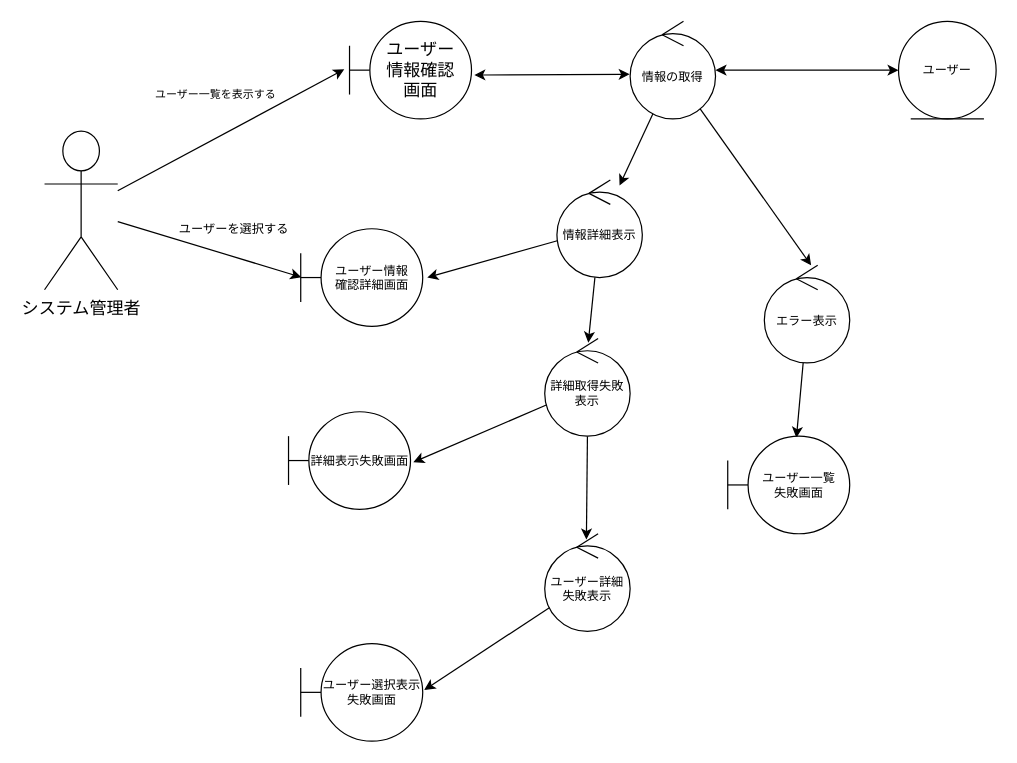
This is page "ユーザー登録情報確認" (4 of 8) of out/ロバストネス図/システム管理者-ロバストネス図.drawio from ksw2270227/GroupF, a draw.io file, before an edit. Source tidied: cells renumbered, new cells numbered last; positions are measured from the earlier drawing's top-left corner, leaving out a move shared by most shapes. Both pictures are drawn from the tidied source at 122%, with x=0, y=0 at pixel (44, 21).
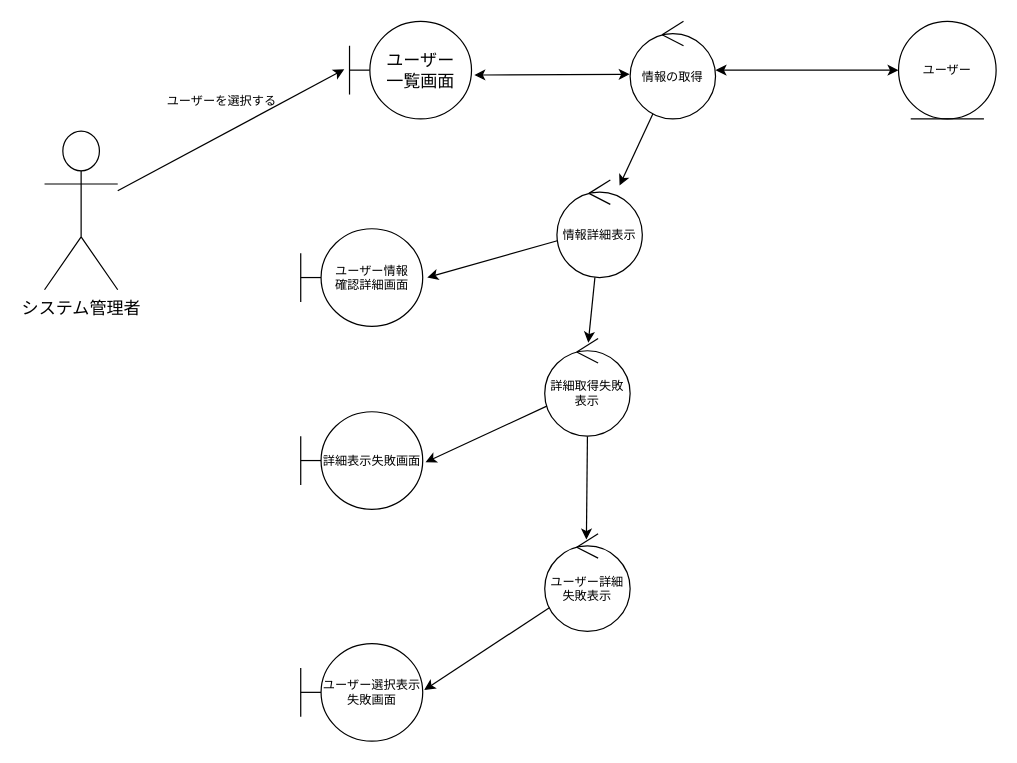
The same diagram, later.

Unchanged cells that the change refers to:
```xml
<mxCell id="4" value="システム管理者" style="shape=umlActor;verticalLabelPosition=bottom;verticalAlign=top;html=1;outlineConnect=0;fontSize=14;" parent="1" vertex="1">
  <mxGeometry y="90" width="60" height="130" as="geometry" />
</mxCell>
<mxCell id="8" value="情報の取得" style="ellipse;shape=umlControl;whiteSpace=wrap;html=1;fontSize=10;" parent="1" vertex="1">
  <mxGeometry x="480" width="70" height="80" as="geometry" />
</mxCell>
<mxCell id="15" value="ユーザー情報&lt;br&gt;確認詳細画面" style="shape=umlBoundary;whiteSpace=wrap;html=1;fontSize=10;" parent="1" vertex="1">
  <mxGeometry x="210" y="170" width="100" height="80" as="geometry" />
</mxCell>
```

Diff of the diagram source:
```diff
@@
-    <mxCell id="3" style="edgeStyle=none;html=1;entryX=0.005;entryY=0.497;entryDx=0;entryDy=0;entryPerimeter=0;fontSize=10;startArrow=none;startFill=0;endArrow=classic;endFill=1;" parent="1" edge="1" source="4" target="15">
-      <mxGeometry relative="1" as="geometry" />
-    </mxCell>
@@
-    <mxCell id="5" value="ユーザー&lt;br&gt;情報確認&lt;br&gt;画面" style="shape=umlBoundary;whiteSpace=wrap;html=1;fontSize=14;" parent="1" vertex="1">
+    <mxCell id="5" value="ユーザー&lt;br&gt;一覧画面" style="shape=umlBoundary;whiteSpace=wrap;html=1;fontSize=14;" parent="1" vertex="1">
       <mxGeometry x="250" width="100" height="80" as="geometry" />
     </mxCell>
@@
-    <mxCell id="7" style="edgeStyle=none;html=1;fontSize=10;startArrow=none;startFill=0;endArrow=classic;endFill=1;entryX=0.548;entryY=0;entryDx=0;entryDy=0;entryPerimeter=0;" parent="1" edge="1" source="8" target="17">
-      <mxGeometry relative="1" as="geometry" />
-    </mxCell>
@@
-    <mxCell id="16" style="edgeStyle=none;html=1;entryX=0.563;entryY=0.017;entryDx=0;entryDy=0;entryPerimeter=0;fontSize=10;startArrow=none;startFill=0;endArrow=classic;endFill=1;" parent="1" edge="1" source="17" target="18">
-      <mxGeometry relative="1" as="geometry" />
-    </mxCell>
-    <mxCell id="17" value="エラー表示" style="ellipse;shape=umlControl;whiteSpace=wrap;html=1;fontSize=10;" parent="1" vertex="1">
-      <mxGeometry x="590" y="200" width="70" height="80" as="geometry" />
-    </mxCell>
-    <mxCell id="18" value="ユーザー一覧&lt;br&gt;失敗画面" style="shape=umlBoundary;whiteSpace=wrap;html=1;fontSize=10;" parent="1" vertex="1">
-      <mxGeometry x="560" y="340" width="100" height="80" as="geometry" />
-    </mxCell>
@@
     <mxCell id="22" value="詳細表示失敗画面" style="shape=umlBoundary;whiteSpace=wrap;html=1;fontSize=10;" parent="1" vertex="1">
-      <mxGeometry x="200" y="320" width="100" height="80" as="geometry" />
+      <mxGeometry x="210" y="320" width="100" height="80" as="geometry" />
     </mxCell>
@@
     <mxCell id="26" value="ユーザーを選択する" style="text;html=1;align=center;verticalAlign=middle;strokeColor=none;fillColor=none;fontSize=10;" parent="1" vertex="1">
-      <mxGeometry x="100" y="155" width="110" height="30" as="geometry" />
+      <mxGeometry x="90" y="50" width="110" height="30" as="geometry" />
     </mxCell>
-    <mxCell id="27" value="ユーザー一覧を表示する&lt;br&gt;" style="text;html=1;align=center;verticalAlign=middle;strokeColor=none;fillColor=none;fontSize=9;" parent="1" vertex="1">
-      <mxGeometry x="80" y="50" width="120" height="20" as="geometry" />
-    </mxCell>
```
